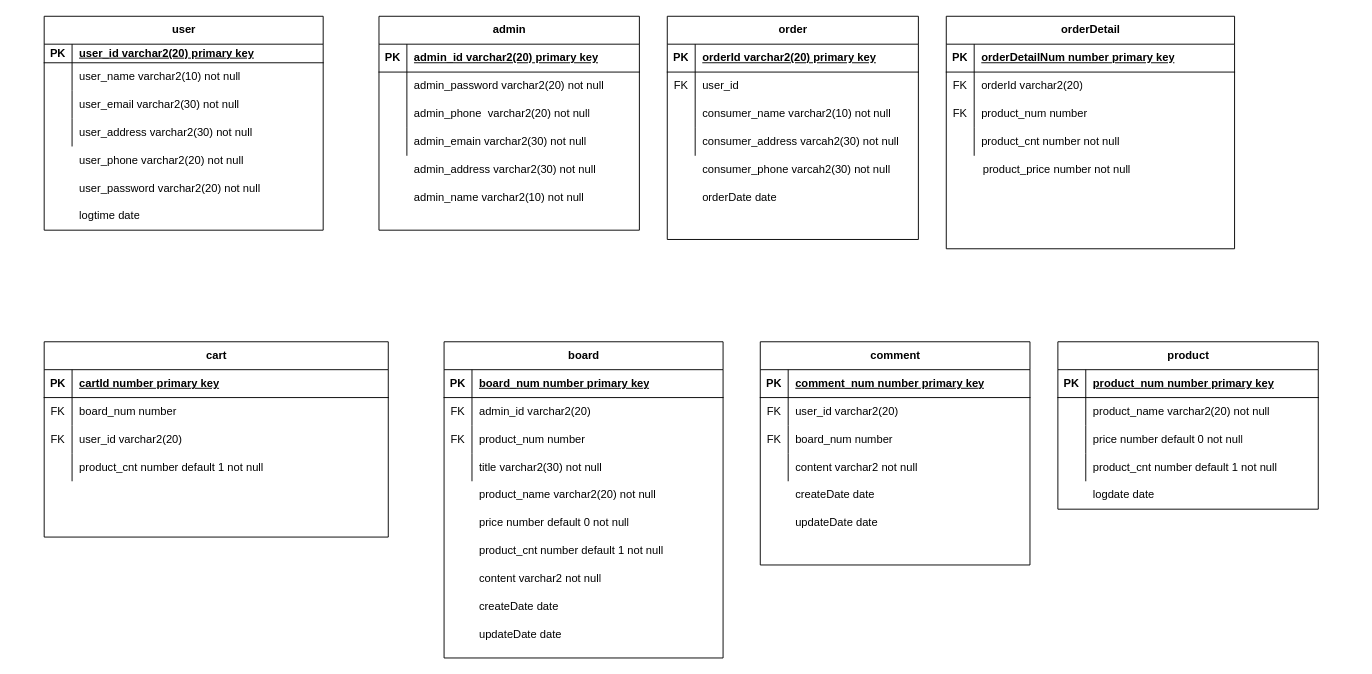
Before: 제목 없는 다이어그램.drawio in jjh319/Homework, a draw.io diagram. Source tidied: cells renumbered, new cells numbered last; positions are measured from the earlier drawing's top-left corner, leaving out a move shared by most shapes. Both pictures are drawn from the tidied source at 93%, with x=0, y=0 at pixel (16, 16).
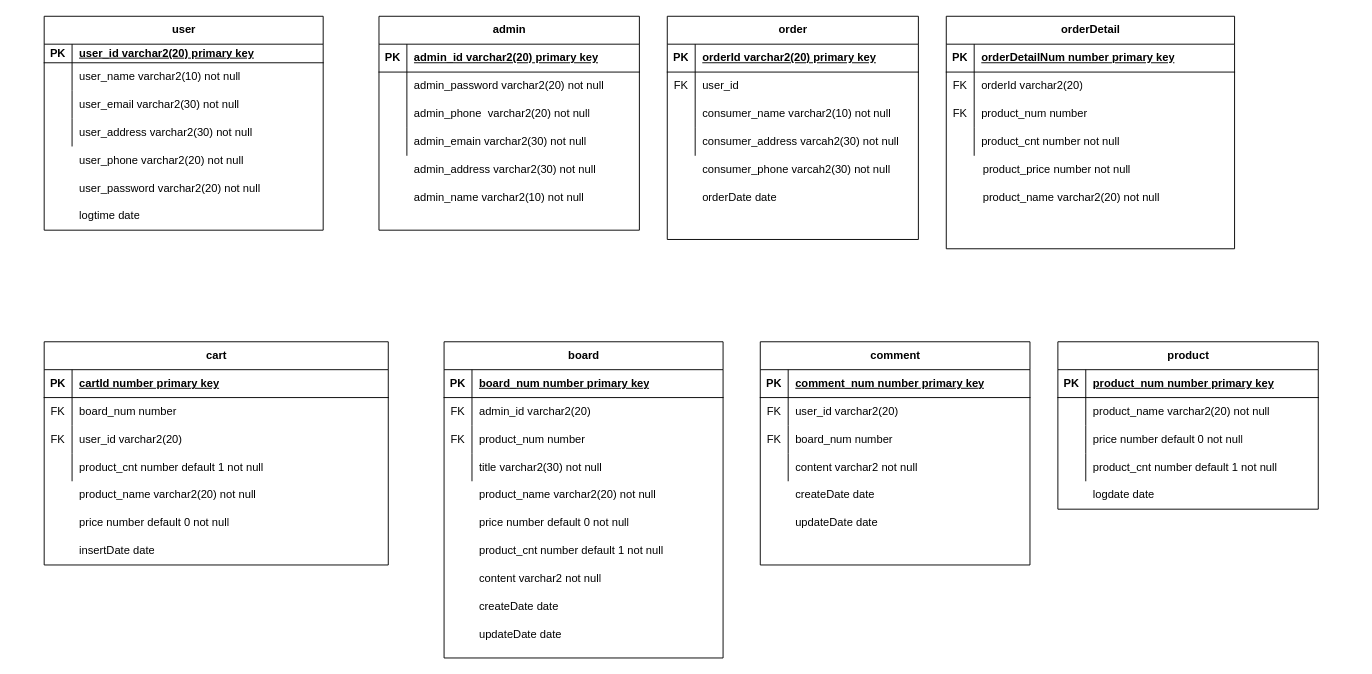
After the change.

Commit message (it also covers changes not shown here):
테이블 설계

Diff of the diagram source:
```diff
@@
     <mxCell id="30" value="cart" style="shape=table;startSize=30;childLayout=tableLayout;rowLines=0;fontStyle=1;align=center;html=1;" parent="1" vertex="1">
-      <mxGeometry x="30" y="350" width="370" height="210" as="geometry" />
+      <mxGeometry x="30" y="350" width="370" height="240" as="geometry" />
     </mxCell>
@@
+    <mxCell id="127" value="&amp;nbsp; product_name varchar2(20) not null" style="shape=partialRectangle;fillColor=none;top=0;left=0;bottom=0;right=0;align=left;spacingLeft=6;overflow=hidden;whiteSpace=wrap;html=1;" parent="1" vertex="1">
+      <mxGeometry x="1025" y="180" width="280" height="30" as="geometry" />
+    </mxCell>
+    <mxCell id="128" value="product_name varchar2(20) not null" style="shape=partialRectangle;fillColor=none;top=0;left=0;bottom=0;right=0;align=left;spacingLeft=6;overflow=hidden;whiteSpace=wrap;html=1;" parent="1" vertex="1">
+      <mxGeometry x="60" y="500" width="250" height="30" as="geometry" />
+    </mxCell>
+    <mxCell id="129" value="price number default 0 not null" style="shape=partialRectangle;fillColor=none;top=0;left=0;bottom=0;right=0;align=left;spacingLeft=6;overflow=hidden;whiteSpace=wrap;html=1;" parent="1" vertex="1">
+      <mxGeometry x="60" y="530" width="250" height="30" as="geometry" />
+    </mxCell>
+    <mxCell id="130" value="insertDate date" style="shape=partialRectangle;fillColor=none;top=0;left=0;bottom=0;right=0;align=left;spacingLeft=6;overflow=hidden;whiteSpace=wrap;html=1;" parent="1" vertex="1">
+      <mxGeometry x="60" y="560" width="250" height="30" as="geometry" />
+    </mxCell>
```
